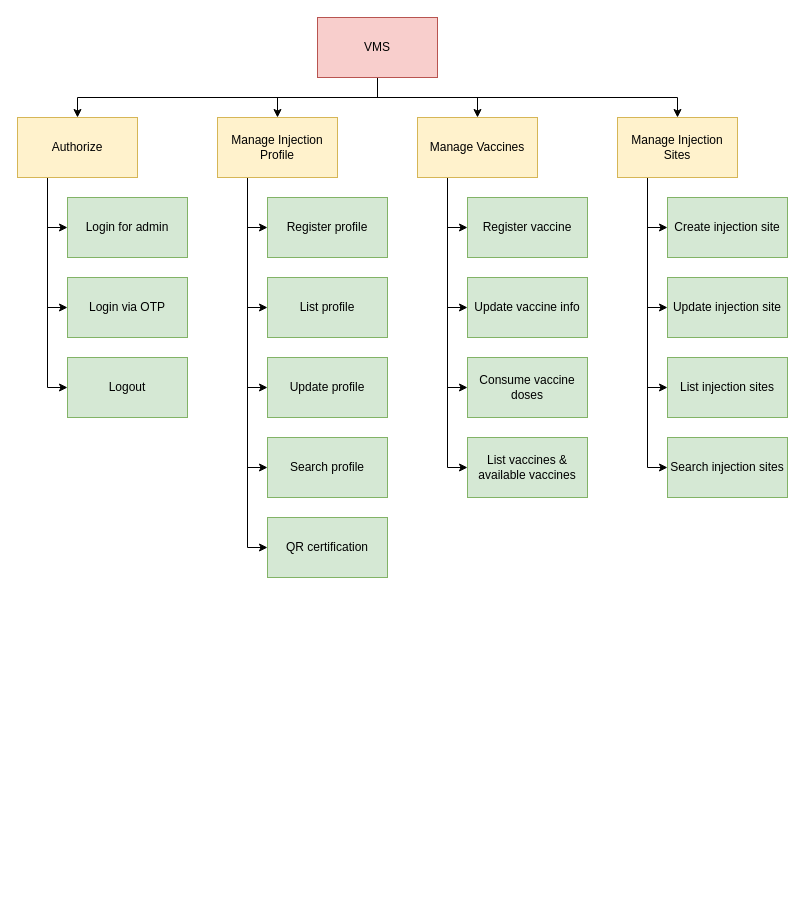
Before: page "BFD" (1 of 4) of docs/design.drawio in censodev/aptech_prj600, a draw.io diagram. Source tidied: cells renumbered, new cells numbered last; positions are measured from the earlier drawing's top-left corner, leaving out a move shared by most shapes. Both pictures are drawn from the tidied source at 100%, with x=0, y=0 at pixel (17, 17).
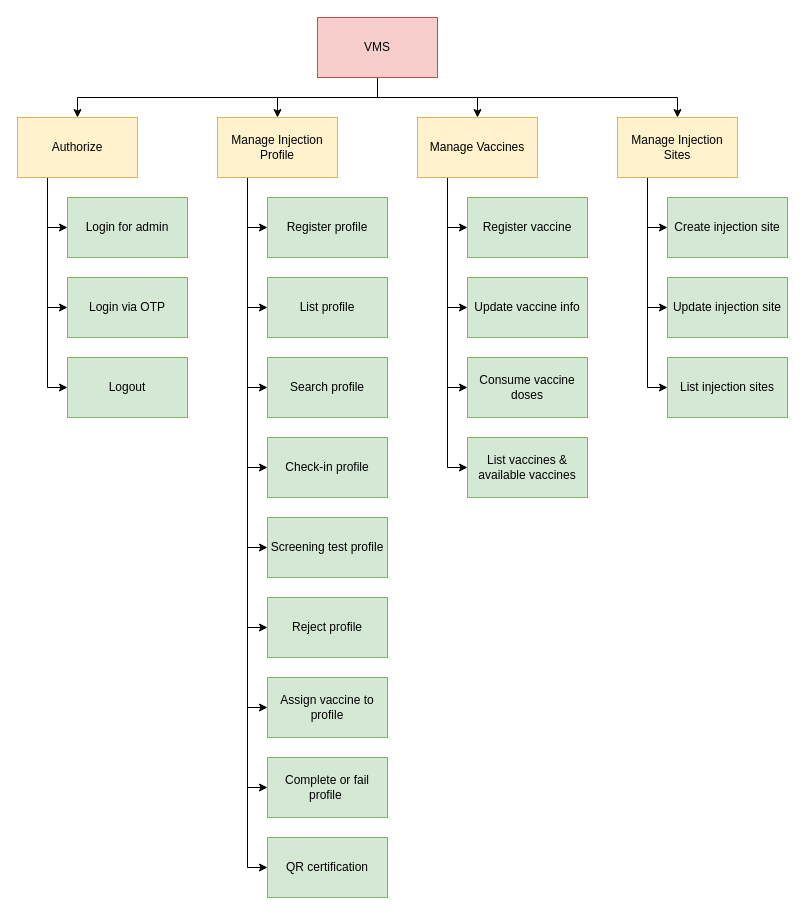
Above is the later version.

Unchanged cells that the change refers to:
```xml
<mxCell id="18" value="Manage Injection Profile" style="rounded=0;whiteSpace=wrap;html=1;fillColor=#fff2cc;strokeColor=#d6b656;" parent="1" vertex="1">
  <mxGeometry x="200" y="100" width="120" height="60" as="geometry" />
</mxCell>
<mxCell id="33" value="Manage Injection Sites" style="rounded=0;whiteSpace=wrap;html=1;fillColor=#fff2cc;strokeColor=#d6b656;" parent="1" vertex="1">
  <mxGeometry x="600" y="100" width="120" height="60" as="geometry" />
</mxCell>
```

The edit, as a diff of the source:
```diff
@@
+    <mxCell id="43" style="edgeStyle=orthogonalEdgeStyle;rounded=0;jettySize=auto;html=1;exitX=0.25;exitY=1;exitDx=0;exitDy=0;entryX=0;entryY=0.5;entryDx=0;entryDy=0;" parent="1" edge="1" source="18" target="47">
+      <mxGeometry relative="1" as="geometry" />
+    </mxCell>
+    <mxCell id="44" style="edgeStyle=orthogonalEdgeStyle;rounded=0;jettySize=auto;html=1;exitX=0.25;exitY=1;exitDx=0;exitDy=0;entryX=0;entryY=0.5;entryDx=0;entryDy=0;" parent="1" edge="1" source="18" target="48">
+      <mxGeometry relative="1" as="geometry" />
+    </mxCell>
+    <mxCell id="45" style="edgeStyle=orthogonalEdgeStyle;rounded=0;jettySize=auto;html=1;exitX=0.25;exitY=1;exitDx=0;exitDy=0;entryX=0;entryY=0.5;entryDx=0;entryDy=0;" parent="1" edge="1" source="18" target="49">
+      <mxGeometry relative="1" as="geometry" />
+    </mxCell>
+    <mxCell id="46" style="edgeStyle=orthogonalEdgeStyle;rounded=0;jettySize=auto;html=1;exitX=0.25;exitY=1;exitDx=0;exitDy=0;entryX=0;entryY=0.5;entryDx=0;entryDy=0;" parent="1" edge="1" source="18" target="50">
+      <mxGeometry relative="1" as="geometry" />
+    </mxCell>
@@
-    <mxCell id="20" value="Update profile" style="rounded=0;whiteSpace=wrap;html=1;fillColor=#d5e8d4;strokeColor=#82b366;" parent="1" vertex="1">
-      <mxGeometry x="250" y="340" width="120" height="60" as="geometry" />
+    <mxCell id="20" value="Check-in profile" style="rounded=0;whiteSpace=wrap;html=1;fillColor=#d5e8d4;strokeColor=#82b366;" parent="1" vertex="1">
+      <mxGeometry x="250" y="420" width="120" height="60" as="geometry" />
     </mxCell>
@@
     <mxCell id="28" value="QR certification" style="rounded=0;whiteSpace=wrap;html=1;fillColor=#d5e8d4;strokeColor=#82b366;" parent="1" vertex="1">
-      <mxGeometry x="250" y="500" width="120" height="60" as="geometry" />
+      <mxGeometry x="250" y="820" width="120" height="60" as="geometry" />
     </mxCell>
@@
-    <mxCell id="32" style="edgeStyle=orthogonalEdgeStyle;rounded=0;jettySize=auto;html=1;exitX=0.25;exitY=1;exitDx=0;exitDy=0;entryX=0;entryY=0.5;entryDx=0;entryDy=0;endArrow=classic;endFill=1;" parent="1" edge="1" source="33" target="41">
-      <mxGeometry relative="1" as="geometry" />
-    </mxCell>
@@
-    <mxCell id="41" value="Search injection sites" style="rounded=0;whiteSpace=wrap;html=1;fillColor=#d5e8d4;strokeColor=#82b366;" parent="1" vertex="1">
-      <mxGeometry x="650" y="420" width="120" height="60" as="geometry" />
-    </mxCell>
     <mxCell id="42" value="Search profile" style="rounded=0;whiteSpace=wrap;html=1;fillColor=#d5e8d4;strokeColor=#82b366;" parent="1" vertex="1">
-      <mxGeometry x="250" y="420" width="120" height="60" as="geometry" />
+      <mxGeometry x="250" y="340" width="120" height="60" as="geometry" />
     </mxCell>
+    <mxCell id="47" value="Screening test profile" style="rounded=0;whiteSpace=wrap;html=1;fillColor=#d5e8d4;strokeColor=#82b366;" parent="1" vertex="1">
+      <mxGeometry x="250" y="500" width="120" height="60" as="geometry" />
+    </mxCell>
+    <mxCell id="48" value="Reject profile" style="rounded=0;whiteSpace=wrap;html=1;fillColor=#d5e8d4;strokeColor=#82b366;" parent="1" vertex="1">
+      <mxGeometry x="250" y="580" width="120" height="60" as="geometry" />
+    </mxCell>
+    <mxCell id="49" value="Assign vaccine to profile" style="rounded=0;whiteSpace=wrap;html=1;fillColor=#d5e8d4;strokeColor=#82b366;" parent="1" vertex="1">
+      <mxGeometry x="250" y="660" width="120" height="60" as="geometry" />
+    </mxCell>
+    <mxCell id="50" value="Complete or fail profile&amp;nbsp;" style="rounded=0;whiteSpace=wrap;html=1;fillColor=#d5e8d4;strokeColor=#82b366;" parent="1" vertex="1">
+      <mxGeometry x="250" y="740" width="120" height="60" as="geometry" />
+    </mxCell>
```
